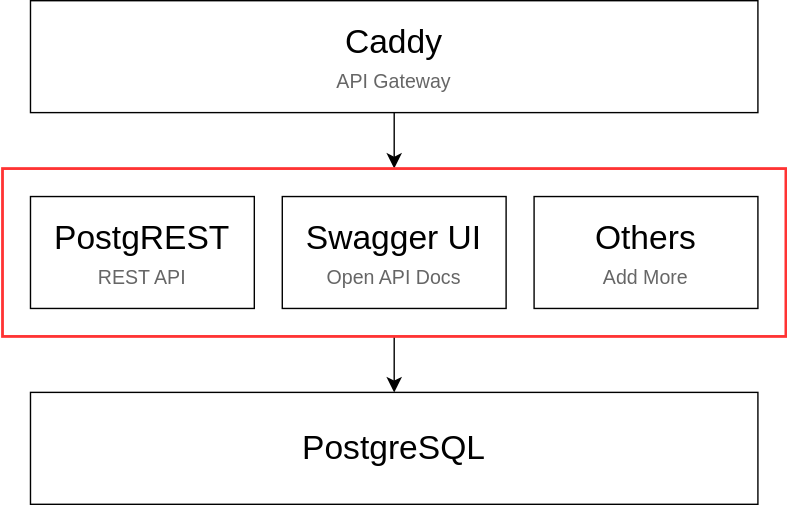
Above: images/architecture-light.svg in explodinglabs/superstack (draw.io), before the change. Source tidied: cells renumbered, new cells last; positions are measured from the earlier drawing's top-left corner, leaving out a move shared by most shapes.
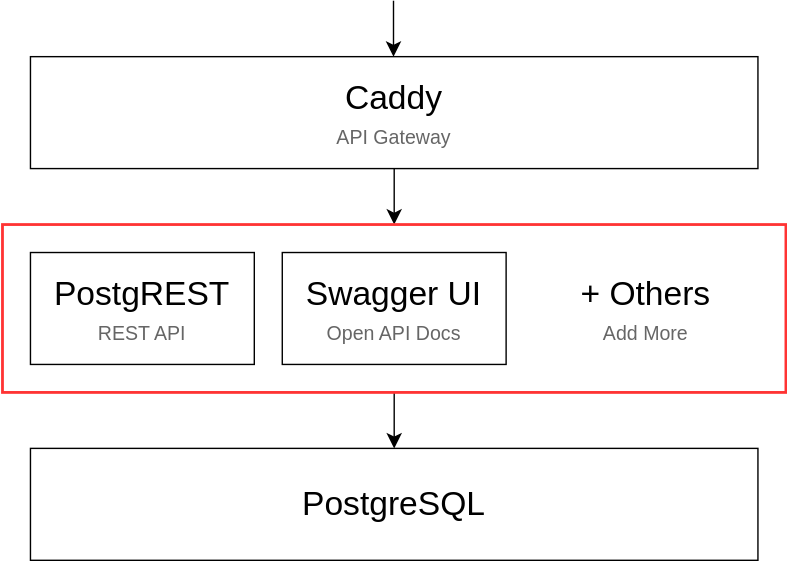
The same file after the commit.

Commit message:
Adjust architecture diagrams

Change to the diagram source:
```diff
@@ -24,11 +24,17 @@
     <mxCell id="7" value="&lt;div style=&quot;line-height: 150%;&quot;&gt;&lt;font style=&quot;font-size: 24px; line-height: 150%;&quot;&gt;Swagger UI&lt;/font&gt;&lt;div&gt;&lt;font style=&quot;font-size: 14px; line-height: 150%; color: rgb(102, 102, 102);&quot;&gt;Open API Docs&lt;/font&gt;&lt;/div&gt;&lt;/div&gt;" style="rounded=0;whiteSpace=wrap;html=1;" parent="1" vertex="1">
       <mxGeometry x="200" y="140" width="160" height="80" as="geometry" />
     </mxCell>
-    <mxCell id="8" value="&lt;div style=&quot;line-height: 150%;&quot;&gt;&lt;div&gt;&lt;font size=&quot;5&quot; style=&quot;line-height: 150%; color: rgb(0, 0, 0);&quot;&gt;Others&lt;/font&gt;&lt;/div&gt;&lt;div&gt;&lt;font style=&quot;font-size: 14px; line-height: 150%; color: rgb(102, 102, 102);&quot;&gt;Add More&lt;/font&gt;&lt;/div&gt;&lt;/div&gt;" style="rounded=0;whiteSpace=wrap;html=1;" parent="1" vertex="1">
+    <mxCell id="8" value="&lt;div style=&quot;line-height: 150%;&quot;&gt;&lt;div&gt;&lt;font size=&quot;5&quot; style=&quot;line-height: 150%; color: rgb(0, 0, 0);&quot;&gt;+ Others&lt;/font&gt;&lt;/div&gt;&lt;div&gt;&lt;font style=&quot;font-size: 14px; line-height: 150%; color: rgb(102, 102, 102);&quot;&gt;Add More&lt;/font&gt;&lt;/div&gt;&lt;/div&gt;" style="rounded=0;whiteSpace=wrap;html=1;strokeColor=none;" parent="1" vertex="1">
       <mxGeometry x="380" y="140" width="160" height="80" as="geometry" />
     </mxCell>
     <mxCell id="9" style="text;strokeColor=#FF3333;fillColor=none;html=1;align=center;verticalAlign=top;whiteSpace=wrap;rounded=0;fontSize=24;labelPosition=center;verticalLabelPosition=middle;strokeWidth=2;" parent="1" vertex="1">
       <mxGeometry y="120" width="560" height="120" as="geometry" />
     </mxCell>
+    <mxCell id="10" style="edgeStyle=none;curved=1;rounded=0;orthogonalLoop=1;jettySize=auto;html=1;fontSize=12;startSize=8;endSize=8;" parent="1" edge="1">
+      <mxGeometry relative="1" as="geometry">
+        <mxPoint x="279.5" y="-40" as="sourcePoint" />
+        <mxPoint x="279.5" as="targetPoint" />
+      </mxGeometry>
+    </mxCell>
   </root>
 </mxGraphModel>
```
